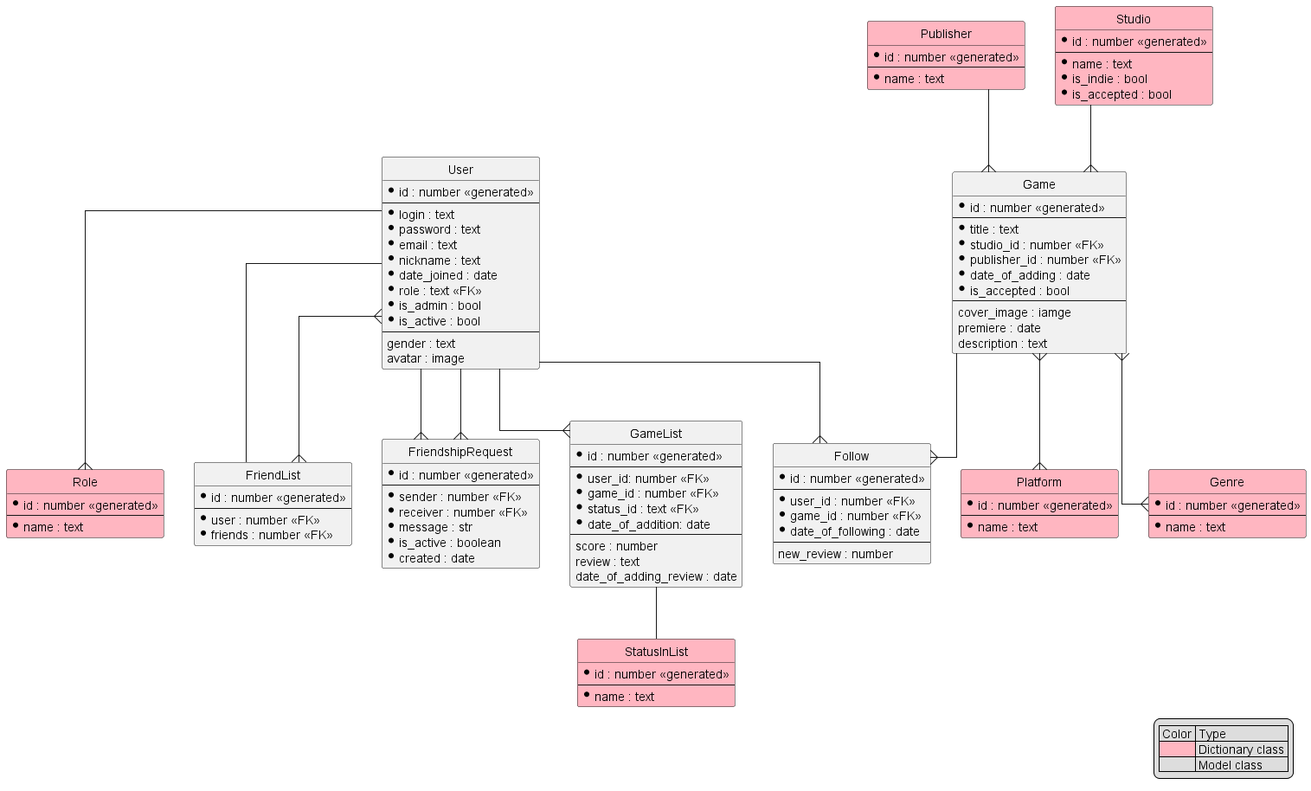
Earlier version of the PlantUML export uml/entity_driagram.png (SojusanApps/my-game-list-backend). The source it was exported from:
```plantuml
@startuml entity_driagram

hide circle

skinparam linetype ortho

!define DICTIONARY_COLOR LightPink

legend right
    | Color | Type |
    | <#DICTIONARY_COLOR> | Dictionary class |
    | | Model class |
endlegend

entity User {
    * id : number <<generated>>
    --
    * login : text
    * password : text
    * email : text
    * nickname : text
    * date_joined : date
    * role : text <<FK>>
    * is_admin : bool
    * is_active : bool
    --
    gender : text
    avatar : image
}

entity Role #DICTIONARY_COLOR {
    * id : number <<generated>>
    --
    * name : text
}

entity FriendList {
    * id : number <<generated>>
    --
    * user : number <<FK>>
    * friends : number <<FK>>
}

entity FriendshipRequest {
    * id : number <<generated>>
    --
    * sender : number <<FK>>
    * receiver : number <<FK>>
    * message : str
    * is_active : boolean
    * created : date
}

entity Follow {
    * id : number <<generated>>
    --
    * user_id : number <<FK>>
    * game_id : number <<FK>>
    * date_of_following : date
    --
    new_review : number
}

entity StatusInList #DICTIONARY_COLOR {
    * id : number <<generated>>
    --
    * name : text
}

entity GameList {
    * id : number <<generated>>
    --
    * user_id: number <<FK>>
    * game_id : number <<FK>>
    * status_id : text <<FK>>
    * date_of_addition: date
    --
    score : number
    review : text
    date_of_adding_review : date
}

entity Publisher #DICTIONARY_COLOR {
    * id : number <<generated>>
    --
    * name : text
}

entity Game {
    * id : number <<generated>>
    --
    * title : text
    * studio_id : number <<FK>>
    * publisher_id : number <<FK>>
    * date_of_adding : date
    * is_accepted : bool
    --
    cover_image : iamge
    premiere : date
    description : text
}

entity Studio #DICTIONARY_COLOR {
    * id : number <<generated>>
    --
    * name : text
    * is_indie : bool
    * is_accepted : bool
}

entity Platform #DICTIONARY_COLOR {
    * id : number <<generated>>
    --
    * name : text
}

entity Genre #DICTIONARY_COLOR {
    * id : number <<generated>>
    --
    * name : text
}

User -- FriendList
FriendList }--{ User
User --{ FriendshipRequest
User --{ FriendshipRequest
User --{ Follow
User --{ GameList
User --{ Role
Game --{ Follow
Studio --{ Game
Publisher --{ Game
Game }--{ Platform
Game }--{ Genre
GameList -- StatusInList

@enduml
```
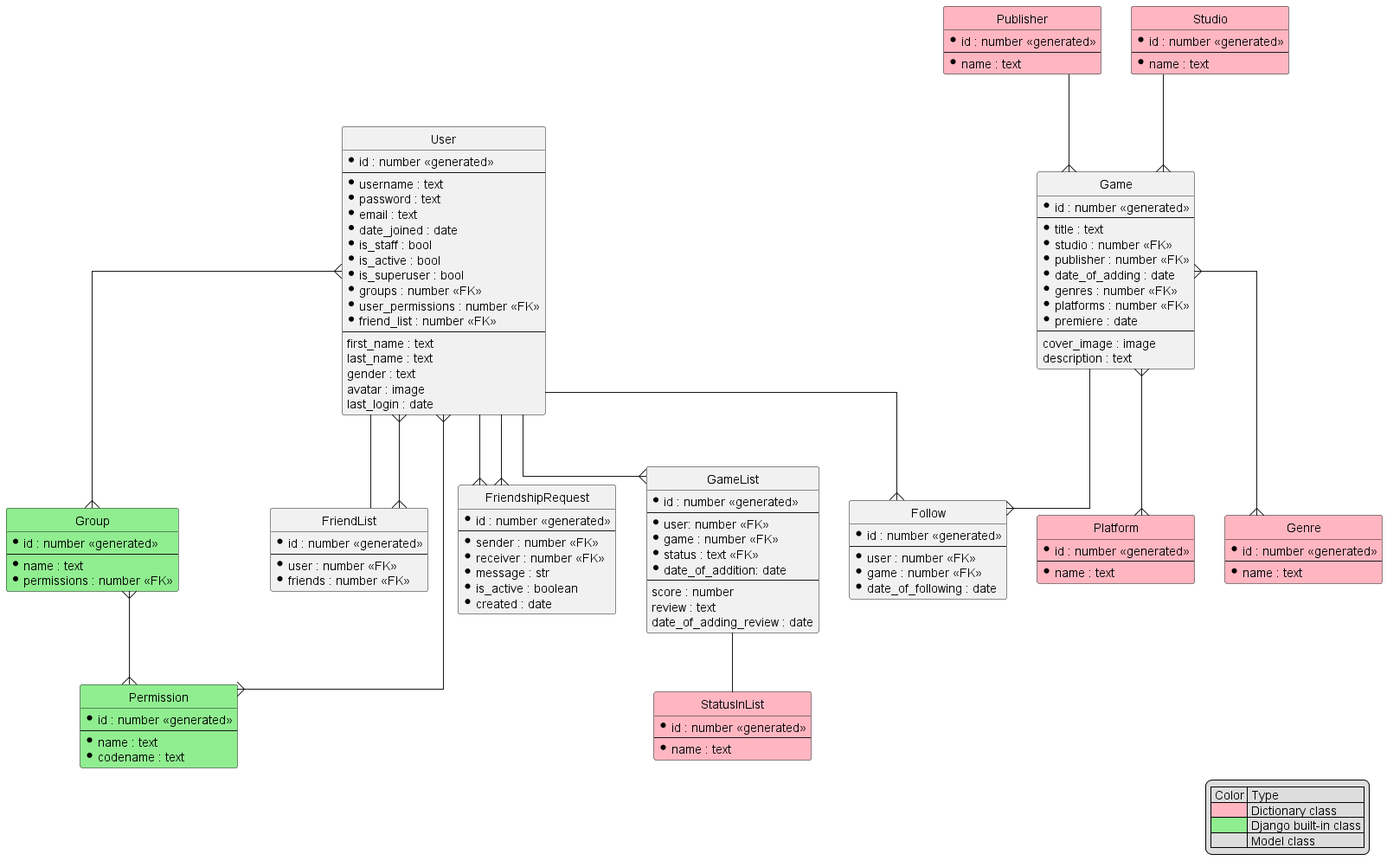
Later version of the same file.

The edit, as a diff of the source:
```diff
@@ -5,33 +5,48 @@
 skinparam linetype ortho
 
 !define DICTIONARY_COLOR LightPink
+!define DJANGO_COLOR LightGreen
 
 legend right
     | Color | Type |
     | <#DICTIONARY_COLOR> | Dictionary class |
+    | <#DJANGO_COLOR> | Django built-in class |
     | | Model class |
 endlegend
 
 entity User {
     * id : number <<generated>>
     --
-    * login : text
+    * username : text
     * password : text
     * email : text
-    * nickname : text
     * date_joined : date
-    * role : text <<FK>>
-    * is_admin : bool
+    * is_staff : bool
     * is_active : bool
+    * is_superuser : bool
+    * groups : number <<FK>>
+    * user_permissions : number <<FK>>
+    * friend_list : number <<FK>>
     --
+    first_name : text
+    last_name : text
     gender : text
     avatar : image
+    last_login : date
 }
 
-entity Role #DICTIONARY_COLOR {
+entity Group #DJANGO_COLOR {
     * id : number <<generated>>
     --
     * name : text
+    * permissions : number <<FK>>
+}
+
+entity Permission #DJANGO_COLOR {
+    * id : number <<generated>>
+    --
+    * name : text
+    * codename : text
 }
 
 entity FriendList {
@@ -54,11 +69,9 @@
 entity Follow {
     * id : number <<generated>>
     --
-    * user_id : number <<FK>>
-    * game_id : number <<FK>>
+    * user : number <<FK>>
+    * game : number <<FK>>
     * date_of_following : date
-    --
-    new_review : number
 }
 
 entity StatusInList #DICTIONARY_COLOR {
@@ -70,9 +83,9 @@
 entity GameList {
     * id : number <<generated>>
     --
-    * user_id: number <<FK>>
-    * game_id : number <<FK>>
-    * status_id : text <<FK>>
+    * user: number <<FK>>
+    * game : number <<FK>>
+    * status : text <<FK>>
     * date_of_addition: date
     --
     score : number
@@ -90,13 +103,14 @@
     * id : number <<generated>>
     --
     * title : text
-    * studio_id : number <<FK>>
-    * publisher_id : number <<FK>>
+    * studio : number <<FK>>
+    * publisher : number <<FK>>
     * date_of_adding : date
-    * is_accepted : bool
+    * genres : number <<FK>>
+    * platforms : number <<FK>>
+    * premiere : date
     --
-    cover_image : iamge
-    premiere : date
+    cover_image : image
     description : text
 }
 
@@ -104,8 +118,6 @@
     * id : number <<generated>>
     --
     * name : text
-    * is_indie : bool
-    * is_accepted : bool
 }
 
 entity Platform #DICTIONARY_COLOR {
@@ -120,13 +132,15 @@
     * name : text
 }
 
+User }--{ Permission
+User }--{ Group
+Group }--{ Permission
 User -- FriendList
 FriendList }--{ User
 User --{ FriendshipRequest
 User --{ FriendshipRequest
 User --{ Follow
 User --{ GameList
-User --{ Role
 Game --{ Follow
 Studio --{ Game
 Publisher --{ Game
```
